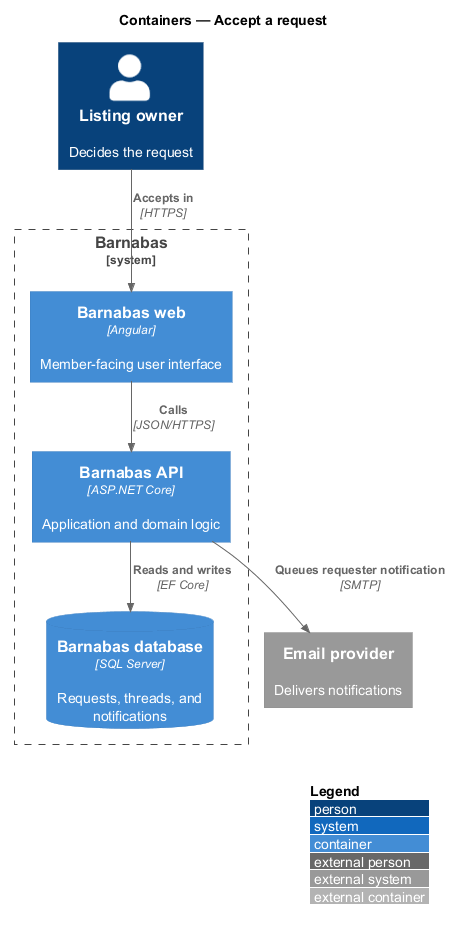
Above: docs/detailed-designs/requests/accept-a-request/diagrams/c4-container.png in QuinntyneBrown/Barnabas (PlantUML), before the change. Its diagram source:
```plantuml
@startuml
!pragma layout smetana
!include <C4/C4_Container>
LAYOUT_WITH_LEGEND()
title Containers — Accept a request

Person(owner, "Listing owner", "Decides the request")
System_Boundary(barnabas, "Barnabas") {
  Container(spa, "Barnabas web", "Angular", "Member-facing user interface")
  Container(api, "Barnabas API", "ASP.NET Core", "Application and domain logic")
  ContainerDb(db, "Barnabas database", "SQL Server", "Requests, threads, and notifications")
}
System_Ext(email, "Email provider", "Delivers notifications")

Rel(owner, spa, "Accepts in", "HTTPS")
Rel(spa, api, "Calls", "JSON/HTTPS")
Rel(api, db, "Reads and writes", "EF Core")
Rel(api, email, "Queues requester notification", "SMTP")
@enduml
```
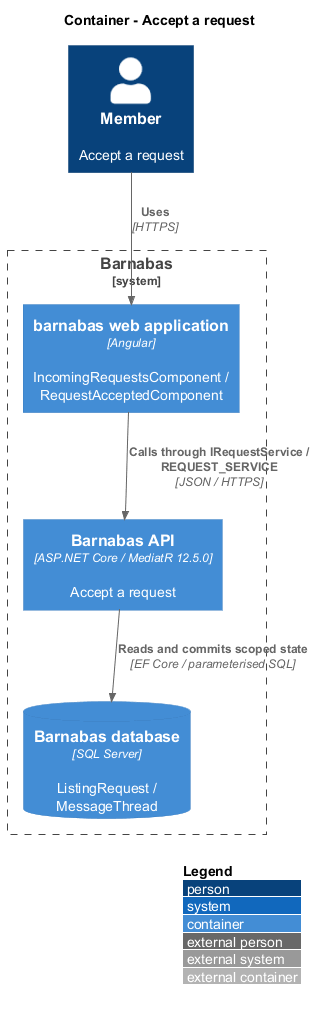
After the commit.

What changed in the source:
```diff
@@ -1,19 +1,14 @@
 @startuml
-!pragma layout smetana
 !include <C4/C4_Container>
 LAYOUT_WITH_LEGEND()
-title Containers — Accept a request
-
-Person(owner, "Listing owner", "Decides the request")
+title Container - Accept a request
+Person(actor, "Member", "Accept a request")
 System_Boundary(barnabas, "Barnabas") {
-  Container(spa, "Barnabas web", "Angular", "Member-facing user interface")
-  Container(api, "Barnabas API", "ASP.NET Core", "Application and domain logic")
-  ContainerDb(db, "Barnabas database", "SQL Server", "Requests, threads, and notifications")
+  Container(web, "barnabas web application", "Angular", "IncomingRequestsComponent / RequestAcceptedComponent")
+  Container(api, "Barnabas API", "ASP.NET Core / MediatR 12.5.0", "Accept a request")
+  ContainerDb(db, "Barnabas database", "SQL Server", "ListingRequest / MessageThread")
 }
-System_Ext(email, "Email provider", "Delivers notifications")
-
-Rel(owner, spa, "Accepts in", "HTTPS")
-Rel(spa, api, "Calls", "JSON/HTTPS")
-Rel(api, db, "Reads and writes", "EF Core")
-Rel(api, email, "Queues requester notification", "SMTP")
+Rel(actor, web, "Uses", "HTTPS")
+Rel(web, api, "Calls through IRequestService / REQUEST_SERVICE", "JSON / HTTPS")
+Rel(api, db, "Reads and commits scoped state", "EF Core / parameterised SQL")
 @enduml
```
